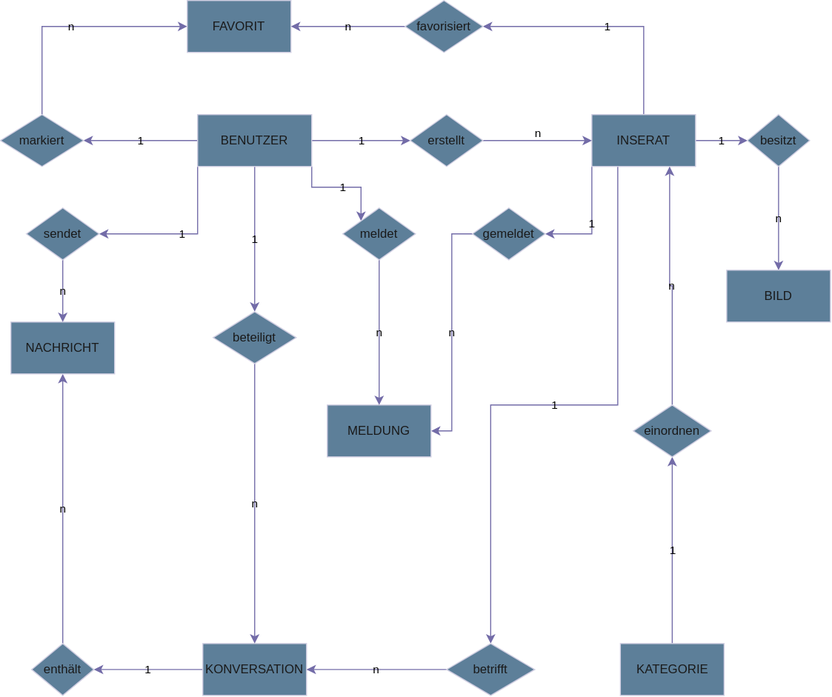
Above: docs/spec/d1-datenmodell.svg in PatilYash0110/THMarket (draw.io), before the change. Source tidied: cells renumbered, new cells last; positions are measured from the earlier drawing's top-left corner, leaving out a move shared by most shapes.
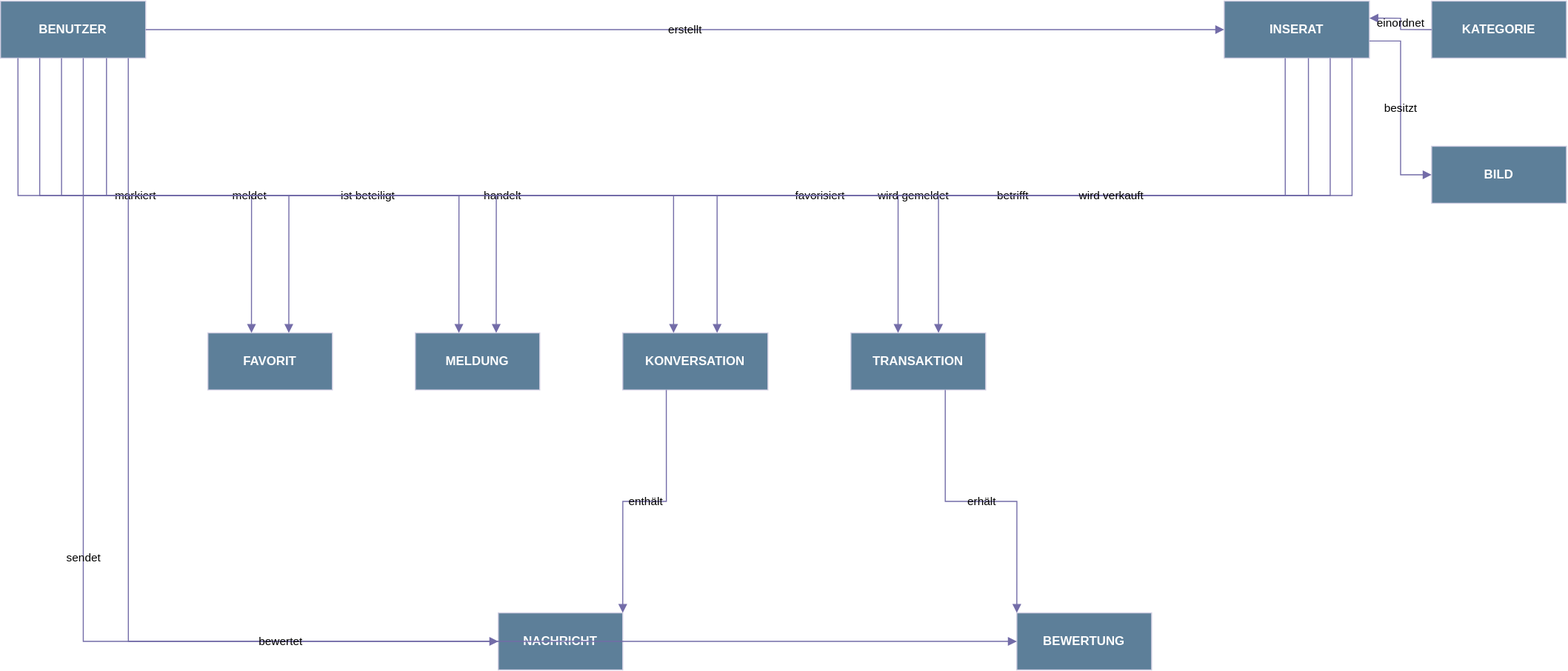
The same diagram one commit later.

Commit message:
docs(spec): update ER diagram with Transaktion and Bewertung entities

The edit, as a diff of the source:
```diff
@@ -2,128 +2,80 @@
   <root>
     <mxCell id="0" />
     <mxCell id="1" parent="0" />
-    <mxCell id="2" value="1" style="edgeStyle=orthogonalEdgeStyle;rounded=0;jettySize=auto;html=1;exitX=1;exitY=0.5;exitDx=0;exitDy=0;labelBackgroundColor=none;fontColor=default;strokeColor=#736CA8;" parent="1" edge="1" source="7" target="14">
-      <mxGeometry relative="1" as="geometry" />
-    </mxCell>
-    <mxCell id="3" value="1" style="edgeStyle=orthogonalEdgeStyle;rounded=0;jettySize=auto;html=1;exitX=0;exitY=0.5;exitDx=0;exitDy=0;entryX=1;entryY=0.5;entryDx=0;entryDy=0;labelBackgroundColor=none;fontColor=default;strokeColor=#736CA8;" parent="1" edge="1" source="7" target="23">
-      <mxGeometry relative="1" as="geometry" />
-    </mxCell>
-    <mxCell id="4" value="1" style="edgeStyle=orthogonalEdgeStyle;rounded=0;jettySize=auto;html=1;exitX=0.5;exitY=1;exitDx=0;exitDy=0;entryX=0.5;entryY=0;entryDx=0;entryDy=0;labelBackgroundColor=none;fontColor=default;strokeColor=#736CA8;" parent="1" edge="1" source="7" target="30">
-      <mxGeometry relative="1" as="geometry" />
-    </mxCell>
-    <mxCell id="5" value="1" style="edgeStyle=orthogonalEdgeStyle;rounded=0;jettySize=auto;html=1;exitX=0;exitY=1;exitDx=0;exitDy=0;entryX=1;entryY=0.5;entryDx=0;entryDy=0;labelBackgroundColor=none;fontColor=default;strokeColor=#736CA8;" parent="1" edge="1" source="7" target="37">
-      <mxGeometry relative="1" as="geometry" />
-    </mxCell>
-    <mxCell id="6" value="1" style="edgeStyle=orthogonalEdgeStyle;rounded=0;jettySize=auto;html=1;exitX=1;exitY=1;exitDx=0;exitDy=0;entryX=0;entryY=0;entryDx=0;entryDy=0;labelBackgroundColor=none;fontColor=default;strokeColor=#736CA8;" parent="1" edge="1" source="7" target="42">
-      <mxGeometry relative="1" as="geometry" />
-    </mxCell>
-    <mxCell id="7" value="BENUTZER" style="html=1;dashed=0;whiteSpace=wrap;labelBackgroundColor=none;fillColor=#5D7F99;strokeColor=#D0CEE2;fontColor=#1A1A1A;" parent="1" vertex="1">
-      <mxGeometry x="190" y="110" width="110" height="50" as="geometry" />
+    <mxCell id="7" value="BENUTZER" style="html=1;dashed=0;whiteSpace=wrap;labelBackgroundColor=none;fillColor=#5D7F99;strokeColor=#D0CEE2;fontColor=#ffffff;fontStyle=1;" parent="1" vertex="1">
+      <mxGeometry x="10" y="30" width="140" height="55" as="geometry" />
     </mxCell>
-    <mxCell id="8" value="1" style="edgeStyle=orthogonalEdgeStyle;rounded=0;jettySize=auto;html=1;entryX=0;entryY=0.5;entryDx=0;entryDy=0;labelBackgroundColor=none;fontColor=default;strokeColor=#736CA8;" parent="1" edge="1" source="12" target="20">
-      <mxGeometry relative="1" as="geometry" />
-    </mxCell>
-    <mxCell id="9" value="1" style="edgeStyle=orthogonalEdgeStyle;rounded=0;jettySize=auto;html=1;exitX=0.25;exitY=1;exitDx=0;exitDy=0;entryX=0.5;entryY=0;entryDx=0;entryDy=0;labelBackgroundColor=none;fontColor=default;strokeColor=#736CA8;" parent="1" edge="1" source="12" target="28">
-      <mxGeometry relative="1" as="geometry" />
-    </mxCell>
-    <mxCell id="10" value="1" style="edgeStyle=orthogonalEdgeStyle;rounded=0;jettySize=auto;html=1;exitX=0.5;exitY=0;exitDx=0;exitDy=0;entryX=1;entryY=0.5;entryDx=0;entryDy=0;labelBackgroundColor=none;fontColor=default;strokeColor=#736CA8;" parent="1" edge="1" source="12" target="35">
-      <mxGeometry relative="1" as="geometry" />
-    </mxCell>
-    <mxCell id="11" value="1" style="edgeStyle=orthogonalEdgeStyle;rounded=0;jettySize=auto;html=1;exitX=0;exitY=1;exitDx=0;exitDy=0;entryX=1;entryY=0.5;entryDx=0;entryDy=0;labelBackgroundColor=none;fontColor=default;strokeColor=#736CA8;" parent="1" edge="1" source="12" target="39">
-      <mxGeometry relative="1" as="geometry" />
-    </mxCell>
-    <mxCell id="12" value="INSERAT" style="html=1;dashed=0;whiteSpace=wrap;labelBackgroundColor=none;fillColor=#5D7F99;strokeColor=#D0CEE2;fontColor=#1A1A1A;" parent="1" vertex="1">
-      <mxGeometry x="570" y="110" width="100" height="50" as="geometry" />
+    <mxCell id="12" value="INSERAT" style="html=1;dashed=0;whiteSpace=wrap;labelBackgroundColor=none;fillColor=#5D7F99;strokeColor=#D0CEE2;fontColor=#ffffff;fontStyle=1;" parent="1" vertex="1">
+      <mxGeometry x="1190" y="30" width="140" height="55" as="geometry" />
     </mxCell>
-    <mxCell id="13" value="n&lt;div&gt;&lt;br&gt;&lt;/div&gt;" style="edgeStyle=orthogonalEdgeStyle;rounded=0;jettySize=auto;html=1;exitX=1;exitY=0.5;exitDx=0;exitDy=0;labelBackgroundColor=none;fontColor=default;strokeColor=#736CA8;" parent="1" edge="1" source="14" target="12">
-      <mxGeometry relative="1" as="geometry" />
-    </mxCell>
+    <mxCell id="24" value="FAVORIT" style="html=1;dashed=0;whiteSpace=wrap;labelBackgroundColor=none;fillColor=#5D7F99;strokeColor=#D0CEE2;fontColor=#ffffff;fontStyle=1;" parent="1" vertex="1">
+      <mxGeometry x="210" y="350" width="120" height="55" as="geometry" />
+    </mxCell>
+    <mxCell id="40" value="MELDUNG" style="html=1;dashed=0;whiteSpace=wrap;labelBackgroundColor=none;fillColor=#5D7F99;strokeColor=#D0CEE2;fontColor=#ffffff;fontStyle=1;" parent="1" vertex="1">
+      <mxGeometry x="410" y="350" width="120" height="55" as="geometry" />
+    </mxCell>
+    <mxCell id="26" value="KONVERSATION" style="html=1;dashed=0;whiteSpace=wrap;labelBackgroundColor=none;fillColor=#5D7F99;strokeColor=#D0CEE2;fontColor=#ffffff;fontStyle=1;" parent="1" vertex="1">
+      <mxGeometry x="610" y="350" width="140" height="55" as="geometry" />
+    </mxCell>
+    <mxCell id="43" value="TRANSAKTION" style="html=1;dashed=0;whiteSpace=wrap;labelBackgroundColor=none;fillColor=#5D7F99;strokeColor=#D0CEE2;fontColor=#ffffff;fontStyle=1;" parent="1" vertex="1">
+      <mxGeometry x="830" y="350" width="130" height="55" as="geometry" />
+    </mxCell>
+    <mxCell id="33" value="NACHRICHT" style="html=1;dashed=0;whiteSpace=wrap;labelBackgroundColor=none;fillColor=#5D7F99;strokeColor=#D0CEE2;fontColor=#ffffff;fontStyle=1;" parent="1" vertex="1">
+      <mxGeometry x="490" y="620" width="120" height="55" as="geometry" />
+    </mxCell>
+    <mxCell id="44" value="BEWERTUNG" style="html=1;dashed=0;whiteSpace=wrap;labelBackgroundColor=none;fillColor=#5D7F99;strokeColor=#D0CEE2;fontColor=#ffffff;fontStyle=1;" parent="1" vertex="1">
+      <mxGeometry x="990" y="620" width="130" height="55" as="geometry" />
+    </mxCell>
+    <mxCell id="16" value="KATEGORIE" style="html=1;dashed=0;whiteSpace=wrap;labelBackgroundColor=none;fillColor=#5D7F99;strokeColor=#D0CEE2;fontColor=#ffffff;fontStyle=1;" parent="1" vertex="1">
+      <mxGeometry x="1390" y="30" width="130" height="55" as="geometry" />
+    </mxCell>
+    <mxCell id="21" value="BILD" style="html=1;dashed=0;whiteSpace=wrap;labelBackgroundColor=none;fillColor=#5D7F99;strokeColor=#D0CEE2;fontColor=#ffffff;fontStyle=1;" parent="1" vertex="1">
+      <mxGeometry x="1390" y="170" width="130" height="55" as="geometry" />
+    </mxCell>
-    <mxCell id="14" value="erstellt" style="shape=rhombus;html=1;dashed=0;whiteSpace=wrap;perimeter=rhombusPerimeter;labelBackgroundColor=none;fillColor=#5D7F99;strokeColor=#D0CEE2;fontColor=#1A1A1A;" parent="1" vertex="1">
-      <mxGeometry x="395" y="110" width="70" height="50" as="geometry" />
+    <mxCell id="14" value="erstellt" style="edgeStyle=orthogonalEdgeStyle;rounded=0;html=1;exitX=1;exitY=0.5;entryX=0;entryY=0.5;labelBackgroundColor=none;fontColor=default;strokeColor=#736CA8;startArrow=none;endArrow=block;" parent="1" edge="1" source="7" target="12">
+      <mxGeometry relative="1" as="geometry" />
     </mxCell>
-    <mxCell id="15" value="1" style="edgeStyle=orthogonalEdgeStyle;rounded=0;jettySize=auto;html=1;exitX=0.5;exitY=0;exitDx=0;exitDy=0;entryX=0.5;entryY=1;entryDx=0;entryDy=0;labelBackgroundColor=none;fontColor=default;strokeColor=#736CA8;" parent="1" edge="1" source="16" target="18">
-      <mxGeometry relative="1" as="geometry" />
-    </mxCell>
-    <mxCell id="16" value="KATEGORIE" style="html=1;dashed=0;whiteSpace=wrap;labelBackgroundColor=none;fillColor=#5D7F99;strokeColor=#D0CEE2;fontColor=#1A1A1A;" parent="1" vertex="1">
-      <mxGeometry x="597.5" y="620" width="100" height="50" as="geometry" />
-    </mxCell>
-    <mxCell id="17" value="n" style="edgeStyle=orthogonalEdgeStyle;rounded=0;jettySize=auto;html=1;exitX=0.5;exitY=0;exitDx=0;exitDy=0;entryX=0.75;entryY=1;entryDx=0;entryDy=0;labelBackgroundColor=none;fontColor=default;strokeColor=#736CA8;" parent="1" edge="1" source="18" target="12">
-      <mxGeometry relative="1" as="geometry" />
-    </mxCell>
-    <mxCell id="18" value="einordnen" style="shape=rhombus;html=1;dashed=0;whiteSpace=wrap;perimeter=rhombusPerimeter;labelBackgroundColor=none;fillColor=#5D7F99;strokeColor=#D0CEE2;fontColor=#1A1A1A;" parent="1" vertex="1">
-      <mxGeometry x="610" y="390" width="75" height="50" as="geometry" />
-    </mxCell>
-    <mxCell id="19" value="n" style="edgeStyle=orthogonalEdgeStyle;rounded=0;jettySize=auto;html=1;exitX=0.5;exitY=1;exitDx=0;exitDy=0;entryX=0.5;entryY=0;entryDx=0;entryDy=0;labelBackgroundColor=none;fontColor=default;strokeColor=#736CA8;" parent="1" edge="1" source="20" target="21">
-      <mxGeometry relative="1" as="geometry" />
-    </mxCell>
+    <mxCell id="23" value="markiert" style="edgeStyle=orthogonalEdgeStyle;rounded=0;html=1;exitX=0.12;exitY=1;entryX=0.35;entryY=0;labelBackgroundColor=none;fontColor=default;strokeColor=#736CA8;endArrow=block;" parent="1" edge="1" source="7" target="24">
+      <mxGeometry relative="1" as="geometry" />
+    </mxCell>
+    <mxCell id="42" value="meldet" style="edgeStyle=orthogonalEdgeStyle;rounded=0;html=1;exitX=0.27;exitY=1;entryX=0.35;entryY=0;labelBackgroundColor=none;fontColor=default;strokeColor=#736CA8;endArrow=block;" parent="1" edge="1" source="7" target="40">
+      <mxGeometry relative="1" as="geometry" />
+    </mxCell>
+    <mxCell id="45" value="ist beteiligt" style="edgeStyle=orthogonalEdgeStyle;rounded=0;html=1;exitX=0.42;exitY=1;entryX=0.35;entryY=0;labelBackgroundColor=none;fontColor=default;strokeColor=#736CA8;endArrow=block;" parent="1" edge="1" source="7" target="26">
+      <mxGeometry relative="1" as="geometry" />
+    </mxCell>
+    <mxCell id="37" value="sendet" style="edgeStyle=orthogonalEdgeStyle;rounded=0;html=1;exitX=0.57;exitY=1;entryX=0;entryY=0.5;labelBackgroundColor=none;fontColor=default;strokeColor=#736CA8;endArrow=block;" parent="1" edge="1" source="7" target="33">
+      <mxGeometry relative="1" as="geometry" />
+    </mxCell>
+    <mxCell id="46" value="handelt" style="edgeStyle=orthogonalEdgeStyle;rounded=0;html=1;exitX=0.73;exitY=1;entryX=0.35;entryY=0;labelBackgroundColor=none;fontColor=default;strokeColor=#736CA8;endArrow=block;" parent="1" edge="1" source="7" target="43">
+      <mxGeometry relative="1" as="geometry" />
+    </mxCell>
+    <mxCell id="47" value="bewertet" style="edgeStyle=orthogonalEdgeStyle;rounded=0;html=1;exitX=0.88;exitY=1;entryX=0;entryY=0.5;labelBackgroundColor=none;fontColor=default;strokeColor=#736CA8;endArrow=block;" parent="1" edge="1" source="7" target="44">
+      <mxGeometry relative="1" as="geometry" />
+    </mxCell>
+    <mxCell id="35" value="favorisiert" style="edgeStyle=orthogonalEdgeStyle;rounded=0;html=1;exitX=0.88;exitY=1;entryX=0.65;entryY=0;labelBackgroundColor=none;fontColor=default;strokeColor=#736CA8;endArrow=block;" parent="1" edge="1" source="12" target="24">
+      <mxGeometry relative="1" as="geometry" />
+    </mxCell>
+    <mxCell id="48" value="wird gemeldet" style="edgeStyle=orthogonalEdgeStyle;rounded=0;html=1;exitX=0.73;exitY=1;entryX=0.65;entryY=0;labelBackgroundColor=none;fontColor=default;strokeColor=#736CA8;endArrow=block;" parent="1" edge="1" source="12" target="40">
+      <mxGeometry relative="1" as="geometry" />
+    </mxCell>
+    <mxCell id="28" value="betrifft" style="edgeStyle=orthogonalEdgeStyle;rounded=0;html=1;exitX=0.58;exitY=1;entryX=0.65;entryY=0;labelBackgroundColor=none;fontColor=default;strokeColor=#736CA8;endArrow=block;" parent="1" edge="1" source="12" target="26">
+      <mxGeometry relative="1" as="geometry" />
+    </mxCell>
+    <mxCell id="49" value="wird verkauft" style="edgeStyle=orthogonalEdgeStyle;rounded=0;html=1;exitX=0.42;exitY=1;entryX=0.65;entryY=0;labelBackgroundColor=none;fontColor=default;strokeColor=#736CA8;endArrow=block;" parent="1" edge="1" source="12" target="43">
+      <mxGeometry relative="1" as="geometry" />
+    </mxCell>
+    <mxCell id="50" value="einordnet" style="edgeStyle=orthogonalEdgeStyle;rounded=0;html=1;exitX=0;exitY=0.5;entryX=1;entryY=0.3;labelBackgroundColor=none;fontColor=default;strokeColor=#736CA8;endArrow=block;" parent="1" edge="1" source="16" target="12">
+      <mxGeometry relative="1" as="geometry" />
+    </mxCell>
-    <mxCell id="20" value="besitzt" style="shape=rhombus;html=1;dashed=0;whiteSpace=wrap;perimeter=rhombusPerimeter;labelBackgroundColor=none;fillColor=#5D7F99;strokeColor=#D0CEE2;fontColor=#1A1A1A;" parent="1" vertex="1">
-      <mxGeometry x="720" y="110" width="60" height="50" as="geometry" />
+    <mxCell id="20" value="besitzt" style="edgeStyle=orthogonalEdgeStyle;rounded=0;html=1;exitX=1;exitY=0.7;entryX=0;entryY=0.5;labelBackgroundColor=none;fontColor=default;strokeColor=#736CA8;endArrow=block;" parent="1" edge="1" source="12" target="21">
+      <mxGeometry relative="1" as="geometry" />
     </mxCell>
-    <mxCell id="21" value="BILD" style="html=1;dashed=0;whiteSpace=wrap;labelBackgroundColor=none;fillColor=#5D7F99;strokeColor=#D0CEE2;fontColor=#1A1A1A;" parent="1" vertex="1">
-      <mxGeometry x="700" y="260" width="100" height="50" as="geometry" />
-    </mxCell>
-    <mxCell id="22" value="n" style="edgeStyle=orthogonalEdgeStyle;rounded=0;jettySize=auto;html=1;exitX=0.5;exitY=0;exitDx=0;exitDy=0;entryX=0;entryY=0.5;entryDx=0;entryDy=0;labelBackgroundColor=none;fontColor=default;strokeColor=#736CA8;" parent="1" edge="1" source="23" target="24">
-      <mxGeometry relative="1" as="geometry" />
-    </mxCell>
-    <mxCell id="23" value="markiert" style="shape=rhombus;html=1;dashed=0;whiteSpace=wrap;perimeter=rhombusPerimeter;labelBackgroundColor=none;fillColor=#5D7F99;strokeColor=#D0CEE2;fontColor=#1A1A1A;" parent="1" vertex="1">
-      <mxGeometry y="110" width="80" height="50" as="geometry" />
-    </mxCell>
-    <mxCell id="24" value="FAVORIT" style="html=1;dashed=0;whiteSpace=wrap;labelBackgroundColor=none;fillColor=#5D7F99;strokeColor=#D0CEE2;fontColor=#1A1A1A;" parent="1" vertex="1">
-      <mxGeometry x="180" width="100" height="50" as="geometry" />
-    </mxCell>
-    <mxCell id="25" value="1" style="edgeStyle=orthogonalEdgeStyle;rounded=0;jettySize=auto;html=1;exitX=0;exitY=0.5;exitDx=0;exitDy=0;entryX=1;entryY=0.5;entryDx=0;entryDy=0;labelBackgroundColor=none;fontColor=default;strokeColor=#736CA8;" parent="1" edge="1" source="26" target="32">
-      <mxGeometry relative="1" as="geometry" />
-    </mxCell>
-    <mxCell id="26" value="KONVERSATION" style="html=1;dashed=0;whiteSpace=wrap;labelBackgroundColor=none;fillColor=#5D7F99;strokeColor=#D0CEE2;fontColor=#1A1A1A;" parent="1" vertex="1">
-      <mxGeometry x="195" y="620" width="100" height="50" as="geometry" />
-    </mxCell>
-    <mxCell id="27" value="n" style="edgeStyle=orthogonalEdgeStyle;rounded=0;jettySize=auto;html=1;exitX=0;exitY=0.5;exitDx=0;exitDy=0;labelBackgroundColor=none;fontColor=default;strokeColor=#736CA8;" parent="1" edge="1" source="28" target="26">
-      <mxGeometry relative="1" as="geometry" />
-    </mxCell>
-    <mxCell id="28" value="betrifft" style="shape=rhombus;html=1;dashed=0;whiteSpace=wrap;perimeter=rhombusPerimeter;labelBackgroundColor=none;fillColor=#5D7F99;strokeColor=#D0CEE2;fontColor=#1A1A1A;" parent="1" vertex="1">
-      <mxGeometry x="430" y="620" width="85" height="50" as="geometry" />
-    </mxCell>
-    <mxCell id="29" value="n" style="edgeStyle=orthogonalEdgeStyle;rounded=0;jettySize=auto;html=1;exitX=0.5;exitY=1;exitDx=0;exitDy=0;entryX=0.5;entryY=0;entryDx=0;entryDy=0;labelBackgroundColor=none;fontColor=default;strokeColor=#736CA8;" parent="1" edge="1" source="30" target="26">
-      <mxGeometry relative="1" as="geometry" />
-    </mxCell>
-    <mxCell id="30" value="beteiligt" style="shape=rhombus;html=1;dashed=0;whiteSpace=wrap;perimeter=rhombusPerimeter;labelBackgroundColor=none;fillColor=#5D7F99;strokeColor=#D0CEE2;fontColor=#1A1A1A;" parent="1" vertex="1">
-      <mxGeometry x="205" y="300" width="80" height="50" as="geometry" />
-    </mxCell>
-    <mxCell id="31" value="n" style="edgeStyle=orthogonalEdgeStyle;rounded=0;jettySize=auto;html=1;exitX=0.5;exitY=0;exitDx=0;exitDy=0;entryX=0.5;entryY=1;entryDx=0;entryDy=0;labelBackgroundColor=none;fontColor=default;strokeColor=#736CA8;" parent="1" edge="1" source="32" target="33">
-      <mxGeometry relative="1" as="geometry" />
-    </mxCell>
-    <mxCell id="32" value="enthält" style="shape=rhombus;html=1;dashed=0;whiteSpace=wrap;perimeter=rhombusPerimeter;labelBackgroundColor=none;fillColor=#5D7F99;strokeColor=#D0CEE2;fontColor=#1A1A1A;" parent="1" vertex="1">
-      <mxGeometry x="30" y="620" width="60" height="50" as="geometry" />
+    <mxCell id="32" value="enthält" style="edgeStyle=orthogonalEdgeStyle;rounded=0;html=1;exitX=0.3;exitY=1;entryX=1;entryY=0;labelBackgroundColor=none;fontColor=default;strokeColor=#736CA8;endArrow=block;" parent="1" edge="1" source="26" target="33">
+      <mxGeometry relative="1" as="geometry" />
     </mxCell>
-    <mxCell id="33" value="NACHRICHT" style="html=1;dashed=0;whiteSpace=wrap;labelBackgroundColor=none;fillColor=#5D7F99;strokeColor=#D0CEE2;fontColor=#1A1A1A;" parent="1" vertex="1">
-      <mxGeometry x="10" y="310" width="100" height="50" as="geometry" />
-    </mxCell>
-    <mxCell id="34" value="n" style="edgeStyle=orthogonalEdgeStyle;rounded=0;jettySize=auto;html=1;exitX=0;exitY=0.5;exitDx=0;exitDy=0;labelBackgroundColor=none;fontColor=default;strokeColor=#736CA8;" parent="1" edge="1" source="35" target="24">
-      <mxGeometry relative="1" as="geometry" />
-    </mxCell>
-    <mxCell id="35" value="favorisiert" style="shape=rhombus;html=1;dashed=0;whiteSpace=wrap;perimeter=rhombusPerimeter;labelBackgroundColor=none;fillColor=#5D7F99;strokeColor=#D0CEE2;fontColor=#1A1A1A;" parent="1" vertex="1">
-      <mxGeometry x="390" width="75" height="50" as="geometry" />
-    </mxCell>
-    <mxCell id="36" value="n" style="edgeStyle=orthogonalEdgeStyle;rounded=0;jettySize=auto;html=1;exitX=0.5;exitY=1;exitDx=0;exitDy=0;entryX=0.5;entryY=0;entryDx=0;entryDy=0;labelBackgroundColor=none;fontColor=default;strokeColor=#736CA8;" parent="1" edge="1" source="37" target="33">
-      <mxGeometry relative="1" as="geometry" />
-    </mxCell>
-    <mxCell id="37" value="sendet" style="shape=rhombus;html=1;dashed=0;whiteSpace=wrap;perimeter=rhombusPerimeter;labelBackgroundColor=none;fillColor=#5D7F99;strokeColor=#D0CEE2;fontColor=#1A1A1A;" parent="1" vertex="1">
-      <mxGeometry x="25" y="200" width="70" height="50" as="geometry" />
-    </mxCell>
-    <mxCell id="38" value="n" style="edgeStyle=orthogonalEdgeStyle;rounded=0;jettySize=auto;html=1;exitX=0;exitY=0.5;exitDx=0;exitDy=0;entryX=1;entryY=0.5;entryDx=0;entryDy=0;labelBackgroundColor=none;fontColor=default;strokeColor=#736CA8;" parent="1" edge="1" source="39" target="40">
-      <mxGeometry relative="1" as="geometry" />
-    </mxCell>
-    <mxCell id="39" value="gemeldet" style="shape=rhombus;html=1;dashed=0;whiteSpace=wrap;perimeter=rhombusPerimeter;labelBackgroundColor=none;fillColor=#5D7F99;strokeColor=#D0CEE2;fontColor=#1A1A1A;" parent="1" vertex="1">
-      <mxGeometry x="455" y="200" width="70" height="50" as="geometry" />
-    </mxCell>
-    <mxCell id="40" value="MELDUNG" style="html=1;dashed=0;whiteSpace=wrap;labelBackgroundColor=none;fillColor=#5D7F99;strokeColor=#D0CEE2;fontColor=#1A1A1A;" parent="1" vertex="1">
-      <mxGeometry x="315" y="390" width="100" height="50" as="geometry" />
-    </mxCell>
-    <mxCell id="41" value="n" style="edgeStyle=orthogonalEdgeStyle;rounded=0;jettySize=auto;html=1;exitX=0.5;exitY=1;exitDx=0;exitDy=0;entryX=0.5;entryY=0;entryDx=0;entryDy=0;labelBackgroundColor=none;fontColor=default;strokeColor=#736CA8;" parent="1" edge="1" source="42" target="40">
-      <mxGeometry relative="1" as="geometry" />
-    </mxCell>
-    <mxCell id="42" value="meldet" style="shape=rhombus;html=1;dashed=0;whiteSpace=wrap;perimeter=rhombusPerimeter;labelBackgroundColor=none;fillColor=#5D7F99;strokeColor=#D0CEE2;fontColor=#1A1A1A;" parent="1" vertex="1">
-      <mxGeometry x="330" y="200" width="70" height="50" as="geometry" />
-    </mxCell>
+    <mxCell id="51" value="erhält" style="edgeStyle=orthogonalEdgeStyle;rounded=0;html=1;exitX=0.7;exitY=1;entryX=0;entryY=0;labelBackgroundColor=none;fontColor=default;strokeColor=#736CA8;endArrow=block;" parent="1" edge="1" source="43" target="44">
+      <mxGeometry relative="1" as="geometry" />
+    </mxCell>
   </root>
 </mxGraphModel>
```
